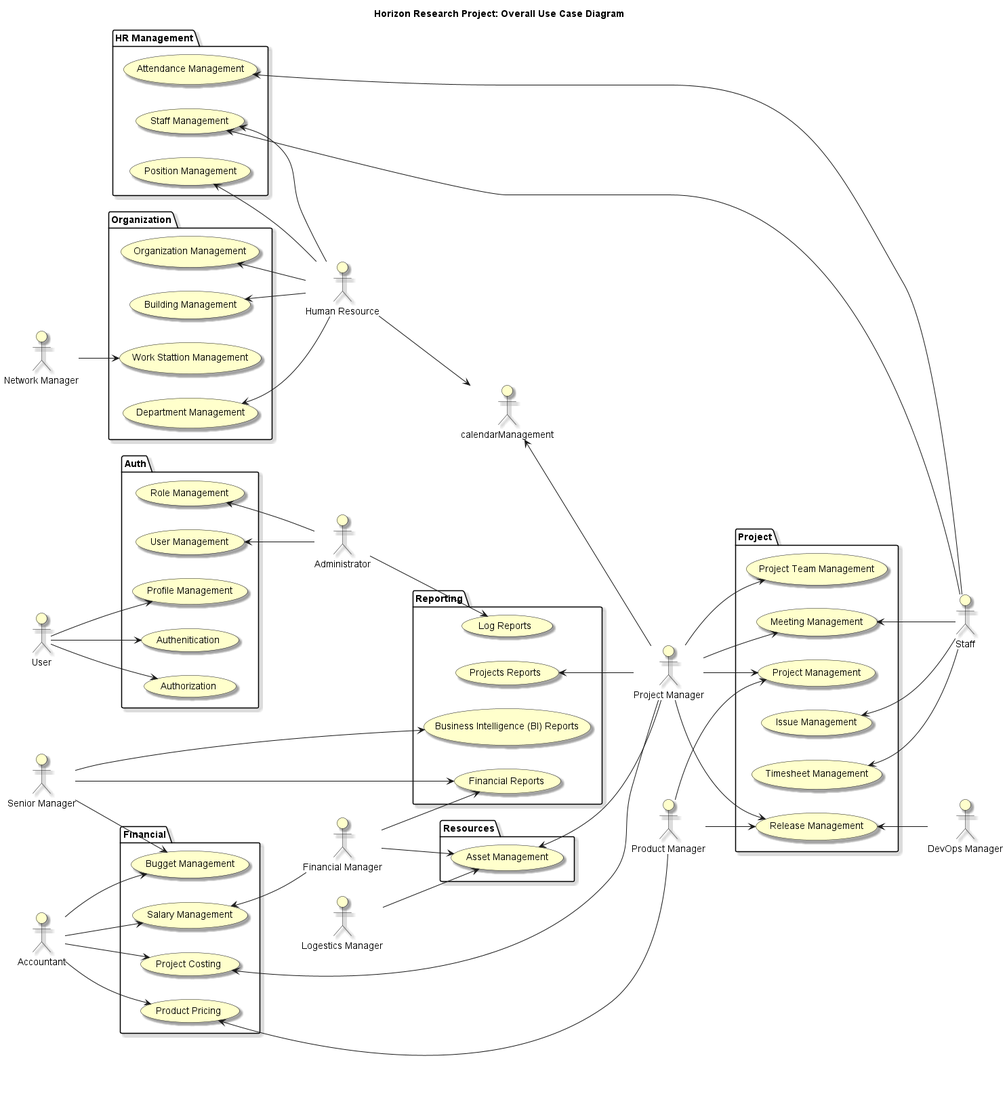
The PlantUML diagram HorizonModeling/HorizonUml/out/UseCase/Use Case/Overall/OverallUseCaseDiagram.png in mahyaresteki/Horizon, before a commit.
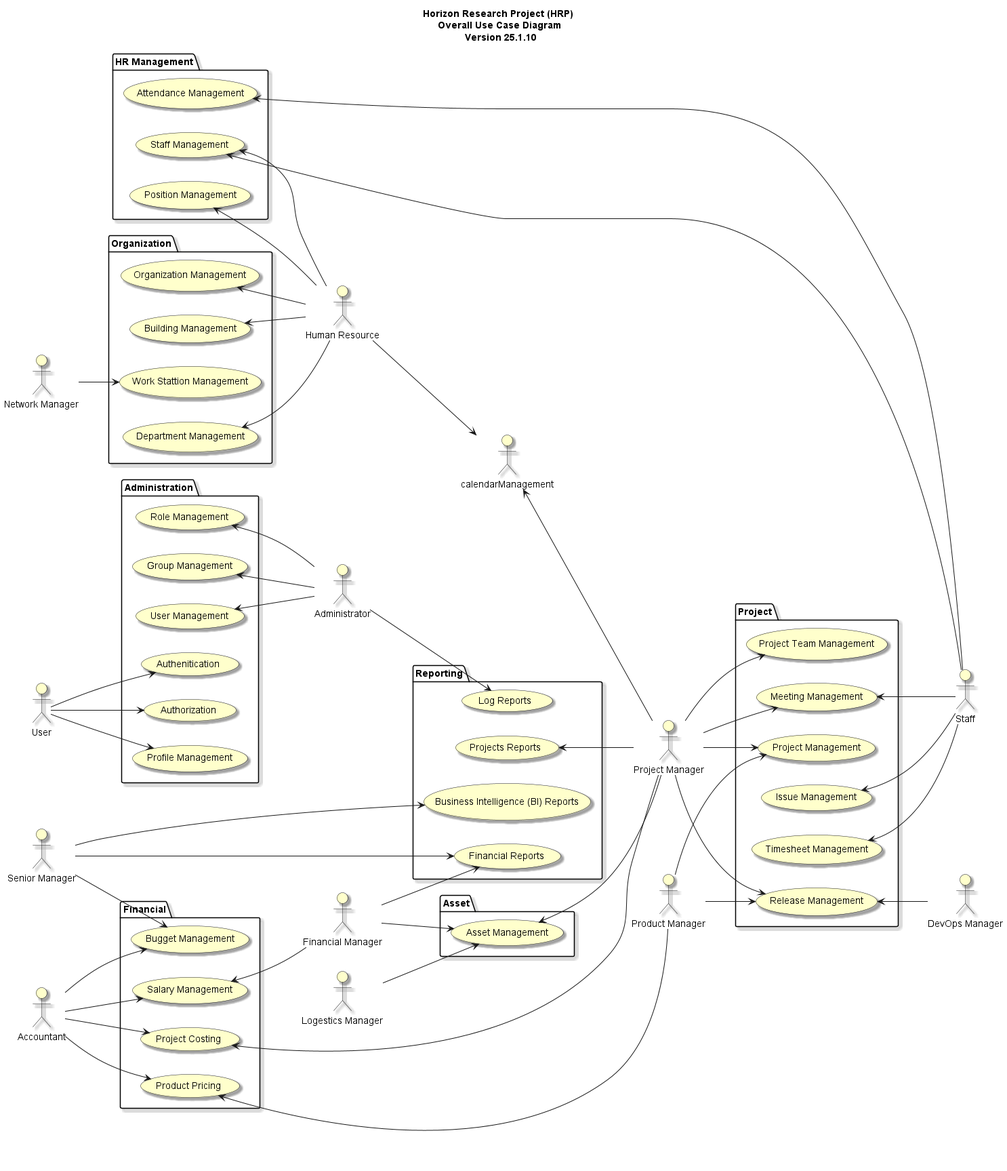
Later version of the same file.

The edit, as a diff of the source:
```diff
@@ -5,7 +5,7 @@
 skinparam actorBackgroundColor #Business
 skinparam Shadowing True
 
-title Horizon Research Project: Overall Use Case Diagram
+title Horizon Research Project (HRP) \n Overall Use Case Diagram \n Version 25.1.10
 
 :User: as User
 :Senior Manager: as SeniorManager
@@ -21,8 +21,9 @@
 :Product Manager: as ProductManager
 
 
-package "Auth"{
+package "Administration"{
     usecase "Role Management" as roleManagement
+    usecase "Group Management" as groupManagement
     usecase "User Management" as userManagement
     usecase "Profile Management" as profileManagement
     usecase "Authenitication" as authentication
@@ -42,7 +43,7 @@
     usecase "Attendance Management" as attendanceManagement
 }
 
-package "Resources"{
+package "Asset"{
     usecase "Asset Management" as assetManagement
 }
 
@@ -77,6 +78,7 @@
 User --> profileManagement
 Staff --> attendanceManagement
 roleManagement <-- Admin
+groupManagement <-- Admin
 userManagement <-- Admin
 staffManagement <-- HR
 staffManagement <-- Staff
```
